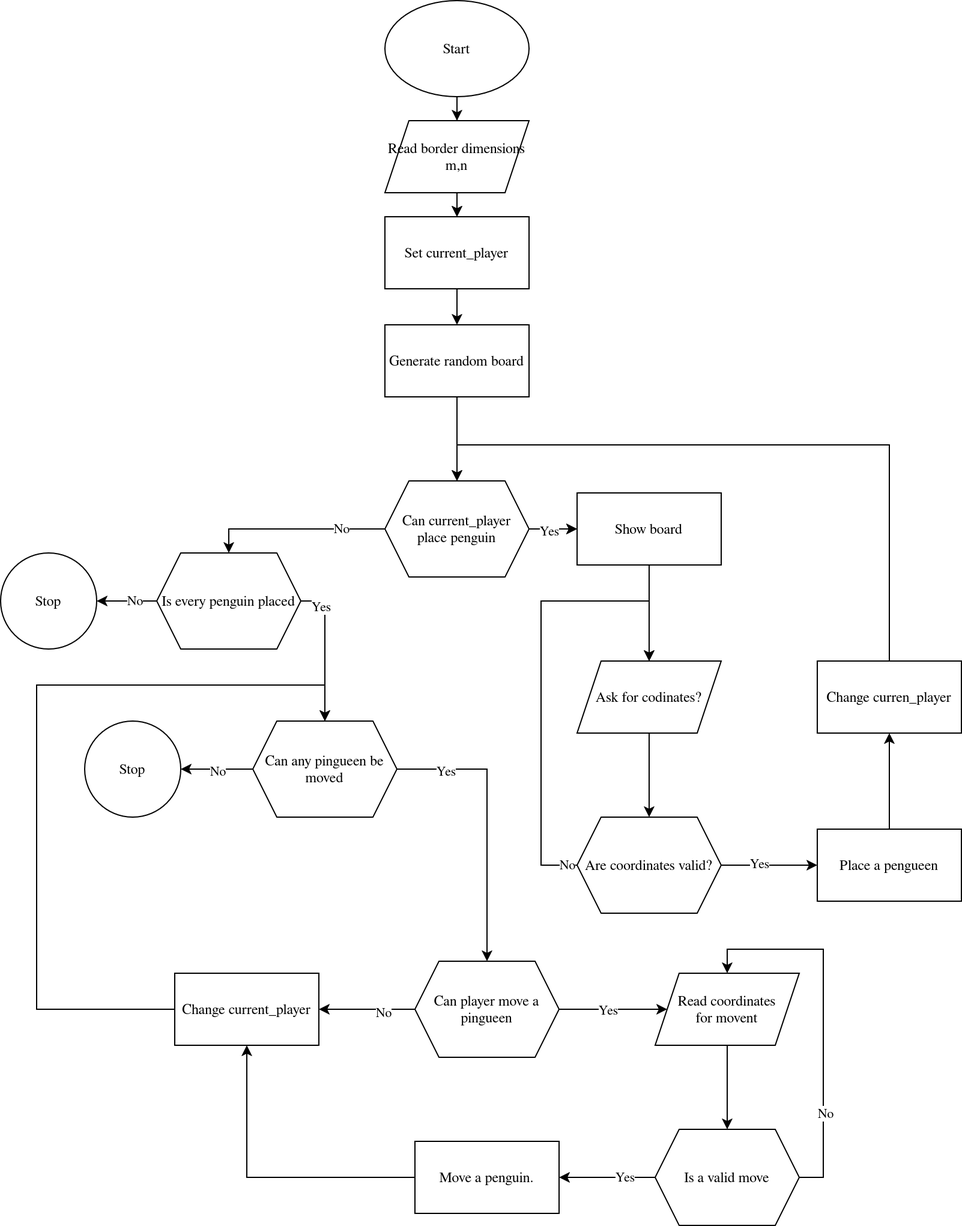
The draw.io diagram FlowChart.png in olidiaks/Pingwins, before a commit. Source tidied: cells renumbered, new cells last; positions are measured from the earlier drawing's top-left corner, leaving out a move shared by most shapes. Source of this version:
```xml
<mxGraphModel>
  <root>
    <mxCell id="0" />
    <mxCell id="1" parent="0" />
    <mxCell id="2" style="edgeStyle=orthogonalEdgeStyle;rounded=0;jettySize=auto;html=1;" parent="1" edge="1" source="4" target="6">
      <mxGeometry relative="1" as="geometry" />
    </mxCell>
    <mxCell id="3" style="edgeStyle=orthogonalEdgeStyle;rounded=0;jettySize=auto;html=1;exitX=0.5;exitY=1;exitDx=0;exitDy=0;" parent="1" edge="1" source="4" target="13">
      <mxGeometry relative="1" as="geometry" />
    </mxCell>
    <mxCell id="4" value="&lt;div&gt;Start&lt;/div&gt;" style="ellipse;whiteSpace=wrap;html=1;" parent="1" vertex="1">
      <mxGeometry x="320" width="120" height="80" as="geometry" />
    </mxCell>
    <mxCell id="5" style="edgeStyle=orthogonalEdgeStyle;rounded=0;jettySize=auto;html=1;" parent="1" edge="1" source="6" target="8">
      <mxGeometry relative="1" as="geometry" />
    </mxCell>
    <mxCell id="6" value="&lt;div&gt;Set current_player&lt;/div&gt;" style="rounded=0;whiteSpace=wrap;html=1;" parent="1" vertex="1">
      <mxGeometry x="320" y="180" width="120" height="60" as="geometry" />
    </mxCell>
    <mxCell id="7" style="edgeStyle=orthogonalEdgeStyle;rounded=0;jettySize=auto;html=1;" parent="1" edge="1" source="8">
      <mxGeometry relative="1" as="geometry">
        <mxPoint x="380" y="400" as="targetPoint" />
      </mxGeometry>
    </mxCell>
    <mxCell id="8" value="Generate random board" style="whiteSpace=wrap;html=1;rounded=0;" parent="1" vertex="1">
      <mxGeometry x="320" y="270" width="120" height="60" as="geometry" />
    </mxCell>
    <mxCell id="9" style="edgeStyle=orthogonalEdgeStyle;rounded=0;jettySize=auto;html=1;" parent="1" edge="1" target="15">
      <mxGeometry relative="1" as="geometry">
        <mxPoint x="420" y="440" as="sourcePoint" />
      </mxGeometry>
    </mxCell>
    <mxCell id="10" style="edgeStyle=orthogonalEdgeStyle;rounded=0;jettySize=auto;html=1;entryX=0.5;entryY=0;entryDx=0;entryDy=0;" parent="1" edge="1" target="31">
      <mxGeometry relative="1" as="geometry">
        <mxPoint x="340" y="440" as="sourcePoint" />
      </mxGeometry>
    </mxCell>
    <mxCell id="11" value="No" style="edgeLabel;html=1;align=center;verticalAlign=middle;" parent="10" vertex="1">
      <mxGeometry x="-0.33" y="-1" relative="1" as="geometry" />
    </mxCell>
    <mxCell id="12" style="edgeStyle=orthogonalEdgeStyle;rounded=0;jettySize=auto;html=1;exitX=0.5;exitY=1;exitDx=0;exitDy=0;entryX=0.5;entryY=0;entryDx=0;entryDy=0;" parent="1" edge="1" source="13" target="6">
      <mxGeometry relative="1" as="geometry" />
    </mxCell>
    <mxCell id="13" value="Read border dimensions m,n" style="shape=parallelogram;perimeter=parallelogramPerimeter;whiteSpace=wrap;html=1;fixedSize=1;" parent="1" vertex="1">
      <mxGeometry x="320" y="100" width="120" height="60" as="geometry" />
    </mxCell>
    <mxCell id="14" style="edgeStyle=orthogonalEdgeStyle;rounded=0;jettySize=auto;html=1;" parent="1" edge="1" source="15" target="17">
      <mxGeometry relative="1" as="geometry" />
    </mxCell>
    <mxCell id="15" value="&lt;div&gt;Show board&lt;/div&gt;" style="whiteSpace=wrap;html=1;rounded=0;" parent="1" vertex="1">
      <mxGeometry x="480" y="410" width="120" height="60" as="geometry" />
    </mxCell>
    <mxCell id="16" style="edgeStyle=orthogonalEdgeStyle;rounded=0;jettySize=auto;html=1;" parent="1" edge="1" source="17" target="22">
      <mxGeometry relative="1" as="geometry" />
    </mxCell>
    <mxCell id="17" value="&lt;div&gt;Ask for codinates?&lt;/div&gt;" style="shape=parallelogram;perimeter=parallelogramPerimeter;whiteSpace=wrap;html=1;fixedSize=1;rounded=0;" parent="1" vertex="1">
      <mxGeometry x="480" y="550" width="120" height="60" as="geometry" />
    </mxCell>
    <mxCell id="18" style="edgeStyle=orthogonalEdgeStyle;rounded=0;jettySize=auto;html=1;exitX=0;exitY=0.5;exitDx=0;exitDy=0;entryX=0.5;entryY=0;entryDx=0;entryDy=0;" parent="1" edge="1" source="22" target="17">
      <mxGeometry relative="1" as="geometry">
        <Array as="points">
          <mxPoint x="450" y="720" />
          <mxPoint x="450" y="500" />
          <mxPoint x="540" y="500" />
        </Array>
      </mxGeometry>
    </mxCell>
    <mxCell id="19" value="&lt;div&gt;No&lt;/div&gt;" style="edgeLabel;html=1;align=center;verticalAlign=middle;" parent="18" vertex="1">
      <mxGeometry x="-0.95" y="-1" relative="1" as="geometry" />
    </mxCell>
    <mxCell id="20" style="edgeStyle=orthogonalEdgeStyle;rounded=0;jettySize=auto;html=1;" parent="1" edge="1" source="22" target="24">
      <mxGeometry relative="1" as="geometry" />
    </mxCell>
    <mxCell id="21" value="Yes" style="edgeLabel;html=1;align=center;verticalAlign=middle;" parent="20" vertex="1">
      <mxGeometry x="-0.21" y="2" relative="1" as="geometry" />
    </mxCell>
    <mxCell id="22" value="Are coordinates valid?" style="shape=hexagon;perimeter=hexagonPerimeter2;whiteSpace=wrap;html=1;fixedSize=1;rounded=0;" parent="1" vertex="1">
      <mxGeometry x="480" y="680" width="120" height="80" as="geometry" />
    </mxCell>
    <mxCell id="23" style="edgeStyle=orthogonalEdgeStyle;rounded=0;jettySize=auto;html=1;" parent="1" edge="1" source="24" target="26">
      <mxGeometry relative="1" as="geometry" />
    </mxCell>
    <mxCell id="24" value="Place a pengueen" style="whiteSpace=wrap;html=1;rounded=0;" parent="1" vertex="1">
      <mxGeometry x="680" y="690" width="120" height="60" as="geometry" />
    </mxCell>
    <mxCell id="25" style="edgeStyle=orthogonalEdgeStyle;rounded=0;jettySize=auto;html=1;exitX=0.5;exitY=0;exitDx=0;exitDy=0;entryX=0.5;entryY=0;entryDx=0;entryDy=0;" parent="1" edge="1" source="26">
      <mxGeometry relative="1" as="geometry">
        <mxPoint x="380" y="400" as="targetPoint" />
        <Array as="points">
          <mxPoint x="740" y="370" />
          <mxPoint x="380" y="370" />
        </Array>
      </mxGeometry>
    </mxCell>
    <mxCell id="26" value="Change curren_player" style="whiteSpace=wrap;html=1;rounded=0;" parent="1" vertex="1">
      <mxGeometry x="680" y="550" width="120" height="60" as="geometry" />
    </mxCell>
    <mxCell id="27" style="edgeStyle=orthogonalEdgeStyle;rounded=0;jettySize=auto;html=1;" parent="1" edge="1" source="31" target="32">
      <mxGeometry relative="1" as="geometry" />
    </mxCell>
    <mxCell id="28" value="No" style="edgeLabel;html=1;align=center;verticalAlign=middle;" parent="27" vertex="1">
      <mxGeometry x="-0.22" y="-1" relative="1" as="geometry" />
    </mxCell>
    <mxCell id="29" style="edgeStyle=orthogonalEdgeStyle;rounded=0;jettySize=auto;html=1;exitX=1;exitY=0.5;exitDx=0;exitDy=0;" parent="1" edge="1" source="31" target="37">
      <mxGeometry relative="1" as="geometry" />
    </mxCell>
    <mxCell id="30" value="Yes" style="edgeLabel;html=1;align=center;verticalAlign=middle;" parent="29" vertex="1">
      <mxGeometry x="-0.6" y="-4" relative="1" as="geometry" />
    </mxCell>
    <mxCell id="31" value="Is every penguin placed" style="shape=hexagon;perimeter=hexagonPerimeter2;whiteSpace=wrap;html=1;fixedSize=1;rounded=0;" parent="1" vertex="1">
      <mxGeometry x="130" y="460" width="120" height="80" as="geometry" />
    </mxCell>
    <mxCell id="32" value="Stop" style="ellipse;whiteSpace=wrap;html=1;rounded=0;" parent="1" vertex="1">
      <mxGeometry y="460" width="80" height="80" as="geometry" />
    </mxCell>
    <mxCell id="33" style="edgeStyle=orthogonalEdgeStyle;rounded=0;jettySize=auto;html=1;" parent="1" edge="1" source="37" target="38">
      <mxGeometry relative="1" as="geometry" />
    </mxCell>
    <mxCell id="34" value="No" style="edgeLabel;html=1;align=center;verticalAlign=middle;" parent="33" vertex="1">
      <mxGeometry x="-0.01" y="1" relative="1" as="geometry" />
    </mxCell>
    <mxCell id="35" style="edgeStyle=orthogonalEdgeStyle;rounded=0;jettySize=auto;html=1;" parent="1" edge="1" source="37" target="43">
      <mxGeometry relative="1" as="geometry" />
    </mxCell>
    <mxCell id="36" value="Yes" style="edgeLabel;html=1;align=center;verticalAlign=middle;" parent="35" vertex="1">
      <mxGeometry x="-0.66" y="-1" relative="1" as="geometry" />
    </mxCell>
    <mxCell id="37" value="Can any pingueen be moved" style="shape=hexagon;perimeter=hexagonPerimeter2;whiteSpace=wrap;html=1;fixedSize=1;rounded=0;" parent="1" vertex="1">
      <mxGeometry x="210" y="600" width="120" height="80" as="geometry" />
    </mxCell>
    <mxCell id="38" value="Stop" style="ellipse;whiteSpace=wrap;html=1;rounded=0;" parent="1" vertex="1">
      <mxGeometry x="70" y="600" width="80" height="80" as="geometry" />
    </mxCell>
    <mxCell id="39" style="edgeStyle=orthogonalEdgeStyle;rounded=0;jettySize=auto;html=1;" parent="1" edge="1" source="43" target="45">
      <mxGeometry relative="1" as="geometry" />
    </mxCell>
    <mxCell id="40" value="No" style="edgeLabel;html=1;align=center;verticalAlign=middle;" parent="39" vertex="1">
      <mxGeometry x="-0.32" y="2" relative="1" as="geometry" />
    </mxCell>
    <mxCell id="41" style="edgeStyle=orthogonalEdgeStyle;rounded=0;jettySize=auto;html=1;" parent="1" edge="1" source="43" target="47">
      <mxGeometry relative="1" as="geometry" />
    </mxCell>
    <mxCell id="42" value="Yes" style="edgeLabel;html=1;align=center;verticalAlign=middle;" parent="41" vertex="1">
      <mxGeometry x="-0.12" relative="1" as="geometry" />
    </mxCell>
    <mxCell id="43" value="Can player move a pingueen" style="shape=hexagon;perimeter=hexagonPerimeter2;whiteSpace=wrap;html=1;fixedSize=1;rounded=0;" parent="1" vertex="1">
      <mxGeometry x="345" y="800" width="120" height="80" as="geometry" />
    </mxCell>
    <mxCell id="44" style="edgeStyle=orthogonalEdgeStyle;rounded=0;jettySize=auto;html=1;entryX=0.5;entryY=0;entryDx=0;entryDy=0;exitX=0;exitY=0.5;exitDx=0;exitDy=0;" parent="1" edge="1" source="45" target="37">
      <mxGeometry relative="1" as="geometry">
        <Array as="points">
          <mxPoint x="30" y="840" />
          <mxPoint x="30" y="570" />
          <mxPoint x="270" y="570" />
        </Array>
      </mxGeometry>
    </mxCell>
    <mxCell id="45" value="&lt;div&gt;Change current_player&lt;/div&gt;" style="whiteSpace=wrap;html=1;rounded=0;" parent="1" vertex="1">
      <mxGeometry x="145" y="810" width="120" height="60" as="geometry" />
    </mxCell>
    <mxCell id="46" style="edgeStyle=orthogonalEdgeStyle;rounded=0;jettySize=auto;html=1;" parent="1" edge="1" source="47" target="52">
      <mxGeometry relative="1" as="geometry" />
    </mxCell>
    <mxCell id="47" value="&lt;div&gt;Read coordinates&lt;/div&gt;&lt;div&gt;for movent&lt;/div&gt;" style="shape=parallelogram;perimeter=parallelogramPerimeter;whiteSpace=wrap;html=1;fixedSize=1;rounded=0;" parent="1" vertex="1">
      <mxGeometry x="545" y="810" width="120" height="60" as="geometry" />
    </mxCell>
    <mxCell id="48" style="edgeStyle=orthogonalEdgeStyle;rounded=0;jettySize=auto;html=1;exitX=1;exitY=0.5;exitDx=0;exitDy=0;entryX=0.5;entryY=0;entryDx=0;entryDy=0;" parent="1" edge="1" source="52" target="47">
      <mxGeometry relative="1" as="geometry" />
    </mxCell>
    <mxCell id="49" value="No" style="edgeLabel;html=1;align=center;verticalAlign=middle;" parent="48" vertex="1">
      <mxGeometry x="-0.52" y="-1" relative="1" as="geometry" />
    </mxCell>
    <mxCell id="50" style="edgeStyle=orthogonalEdgeStyle;rounded=0;jettySize=auto;html=1;" parent="1" edge="1" source="52" target="54">
      <mxGeometry relative="1" as="geometry" />
    </mxCell>
    <mxCell id="51" value="Yes" style="edgeLabel;html=1;align=center;verticalAlign=middle;" parent="50" vertex="1">
      <mxGeometry x="-0.35" y="-1" relative="1" as="geometry" />
    </mxCell>
    <mxCell id="52" value="&lt;div&gt;Is a valid move&lt;/div&gt;" style="shape=hexagon;perimeter=hexagonPerimeter2;whiteSpace=wrap;html=1;fixedSize=1;rounded=0;" parent="1" vertex="1">
      <mxGeometry x="545" y="940" width="120" height="80" as="geometry" />
    </mxCell>
    <mxCell id="53" style="edgeStyle=orthogonalEdgeStyle;rounded=0;jettySize=auto;html=1;exitX=0;exitY=0.5;exitDx=0;exitDy=0;entryX=0.5;entryY=1;entryDx=0;entryDy=0;" parent="1" edge="1" source="54" target="45">
      <mxGeometry relative="1" as="geometry" />
    </mxCell>
    <mxCell id="54" value="Move a penguin." style="whiteSpace=wrap;html=1;rounded=0;" parent="1" vertex="1">
      <mxGeometry x="345" y="950" width="120" height="60" as="geometry" />
    </mxCell>
    <mxCell id="55" style="edgeStyle=orthogonalEdgeStyle;rounded=0;jettySize=auto;html=1;" parent="1" edge="1" source="57" target="15">
      <mxGeometry relative="1" as="geometry" />
    </mxCell>
    <mxCell id="56" value="Yes" style="edgeLabel;html=1;align=center;verticalAlign=middle;" parent="55" vertex="1">
      <mxGeometry x="-0.21" y="-1" relative="1" as="geometry" />
    </mxCell>
    <mxCell id="57" value="&lt;div&gt;Can current_player&lt;/div&gt;&lt;div&gt;place penguin&lt;/div&gt;" style="shape=hexagon;perimeter=hexagonPerimeter2;whiteSpace=wrap;html=1;fixedSize=1;" parent="1" vertex="1">
      <mxGeometry x="320" y="400" width="120" height="80" as="geometry" />
    </mxCell>
  </root>
</mxGraphModel>
```
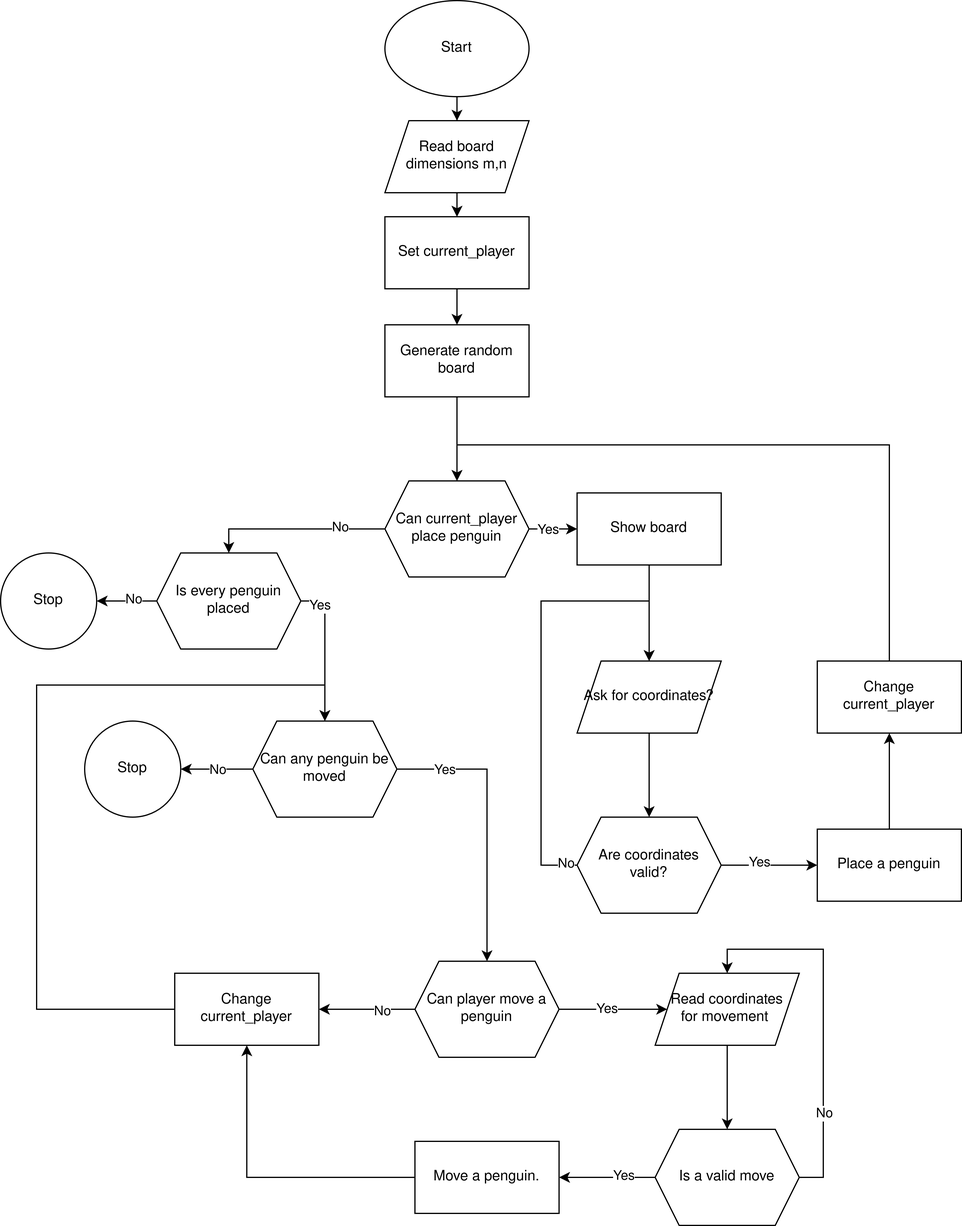
After the commit.

Commit message:
Fix flow chart.

Diff of the diagram source:
```diff
@@ -41,7 +41,7 @@
     <mxCell id="12" style="edgeStyle=orthogonalEdgeStyle;rounded=0;jettySize=auto;html=1;exitX=0.5;exitY=1;exitDx=0;exitDy=0;entryX=0.5;entryY=0;entryDx=0;entryDy=0;" parent="1" edge="1" source="13" target="6">
       <mxGeometry relative="1" as="geometry" />
     </mxCell>
-    <mxCell id="13" value="Read border dimensions m,n" style="shape=parallelogram;perimeter=parallelogramPerimeter;whiteSpace=wrap;html=1;fixedSize=1;" parent="1" vertex="1">
+    <mxCell id="13" value="Read board dimensions m,n" style="shape=parallelogram;perimeter=parallelogramPerimeter;whiteSpace=wrap;html=1;fixedSize=1;" parent="1" vertex="1">
       <mxGeometry x="320" y="100" width="120" height="60" as="geometry" />
     </mxCell>
     <mxCell id="14" style="edgeStyle=orthogonalEdgeStyle;rounded=0;jettySize=auto;html=1;" parent="1" edge="1" source="15" target="17">
@@ -53,7 +53,7 @@
     <mxCell id="16" style="edgeStyle=orthogonalEdgeStyle;rounded=0;jettySize=auto;html=1;" parent="1" edge="1" source="17" target="22">
       <mxGeometry relative="1" as="geometry" />
     </mxCell>
-    <mxCell id="17" value="&lt;div&gt;Ask for codinates?&lt;/div&gt;" style="shape=parallelogram;perimeter=parallelogramPerimeter;whiteSpace=wrap;html=1;fixedSize=1;rounded=0;" parent="1" vertex="1">
+    <mxCell id="17" value="&lt;div&gt;Ask for&amp;nbsp;coordinates?&lt;/div&gt;" style="shape=parallelogram;perimeter=parallelogramPerimeter;whiteSpace=wrap;html=1;fixedSize=1;rounded=0;" parent="1" vertex="1">
       <mxGeometry x="480" y="550" width="120" height="60" as="geometry" />
     </mxCell>
     <mxCell id="18" style="edgeStyle=orthogonalEdgeStyle;rounded=0;jettySize=auto;html=1;exitX=0;exitY=0.5;exitDx=0;exitDy=0;entryX=0.5;entryY=0;entryDx=0;entryDy=0;" parent="1" edge="1" source="22" target="17">
@@ -80,7 +80,7 @@
     <mxCell id="23" style="edgeStyle=orthogonalEdgeStyle;rounded=0;jettySize=auto;html=1;" parent="1" edge="1" source="24" target="26">
       <mxGeometry relative="1" as="geometry" />
     </mxCell>
-    <mxCell id="24" value="Place a pengueen" style="whiteSpace=wrap;html=1;rounded=0;" parent="1" vertex="1">
+    <mxCell id="24" value="Place a penguin" style="whiteSpace=wrap;html=1;rounded=0;" parent="1" vertex="1">
       <mxGeometry x="680" y="690" width="120" height="60" as="geometry" />
     </mxCell>
     <mxCell id="25" style="edgeStyle=orthogonalEdgeStyle;rounded=0;jettySize=auto;html=1;exitX=0.5;exitY=0;exitDx=0;exitDy=0;entryX=0.5;entryY=0;entryDx=0;entryDy=0;" parent="1" edge="1" source="26">
@@ -92,7 +92,7 @@
         </Array>
       </mxGeometry>
     </mxCell>
-    <mxCell id="26" value="Change curren_player" style="whiteSpace=wrap;html=1;rounded=0;" parent="1" vertex="1">
+    <mxCell id="26" value="Change current_player" style="whiteSpace=wrap;html=1;rounded=0;" parent="1" vertex="1">
       <mxGeometry x="680" y="550" width="120" height="60" as="geometry" />
     </mxCell>
     <mxCell id="27" style="edgeStyle=orthogonalEdgeStyle;rounded=0;jettySize=auto;html=1;" parent="1" edge="1" source="31" target="32">
@@ -125,7 +125,7 @@
     <mxCell id="36" value="Yes" style="edgeLabel;html=1;align=center;verticalAlign=middle;" parent="35" vertex="1">
       <mxGeometry x="-0.66" y="-1" relative="1" as="geometry" />
     </mxCell>
-    <mxCell id="37" value="Can any pingueen be moved" style="shape=hexagon;perimeter=hexagonPerimeter2;whiteSpace=wrap;html=1;fixedSize=1;rounded=0;" parent="1" vertex="1">
+    <mxCell id="37" value="Can any penguin be moved" style="shape=hexagon;perimeter=hexagonPerimeter2;whiteSpace=wrap;html=1;fixedSize=1;rounded=0;" parent="1" vertex="1">
       <mxGeometry x="210" y="600" width="120" height="80" as="geometry" />
     </mxCell>
     <mxCell id="38" value="Stop" style="ellipse;whiteSpace=wrap;html=1;rounded=0;" parent="1" vertex="1">
@@ -143,7 +143,7 @@
     <mxCell id="42" value="Yes" style="edgeLabel;html=1;align=center;verticalAlign=middle;" parent="41" vertex="1">
       <mxGeometry x="-0.12" relative="1" as="geometry" />
     </mxCell>
-    <mxCell id="43" value="Can player move a pingueen" style="shape=hexagon;perimeter=hexagonPerimeter2;whiteSpace=wrap;html=1;fixedSize=1;rounded=0;" parent="1" vertex="1">
+    <mxCell id="43" value="Can player move a penguin" style="shape=hexagon;perimeter=hexagonPerimeter2;whiteSpace=wrap;html=1;fixedSize=1;rounded=0;" parent="1" vertex="1">
       <mxGeometry x="345" y="800" width="120" height="80" as="geometry" />
     </mxCell>
     <mxCell id="44" style="edgeStyle=orthogonalEdgeStyle;rounded=0;jettySize=auto;html=1;entryX=0.5;entryY=0;entryDx=0;entryDy=0;exitX=0;exitY=0.5;exitDx=0;exitDy=0;" parent="1" edge="1" source="45" target="37">
@@ -161,7 +161,7 @@
     <mxCell id="46" style="edgeStyle=orthogonalEdgeStyle;rounded=0;jettySize=auto;html=1;" parent="1" edge="1" source="47" target="52">
       <mxGeometry relative="1" as="geometry" />
     </mxCell>
-    <mxCell id="47" value="&lt;div&gt;Read coordinates&lt;/div&gt;&lt;div&gt;for movent&lt;/div&gt;" style="shape=parallelogram;perimeter=parallelogramPerimeter;whiteSpace=wrap;html=1;fixedSize=1;rounded=0;" parent="1" vertex="1">
+    <mxCell id="47" value="&lt;div&gt;Read coordinates&lt;/div&gt;&lt;div&gt;for movement&amp;nbsp;&lt;/div&gt;" style="shape=parallelogram;perimeter=parallelogramPerimeter;whiteSpace=wrap;html=1;fixedSize=1;rounded=0;" parent="1" vertex="1">
       <mxGeometry x="545" y="810" width="120" height="60" as="geometry" />
     </mxCell>
     <mxCell id="48" style="edgeStyle=orthogonalEdgeStyle;rounded=0;jettySize=auto;html=1;exitX=1;exitY=0.5;exitDx=0;exitDy=0;entryX=0.5;entryY=0;entryDx=0;entryDy=0;" parent="1" edge="1" source="52" target="47">
```
